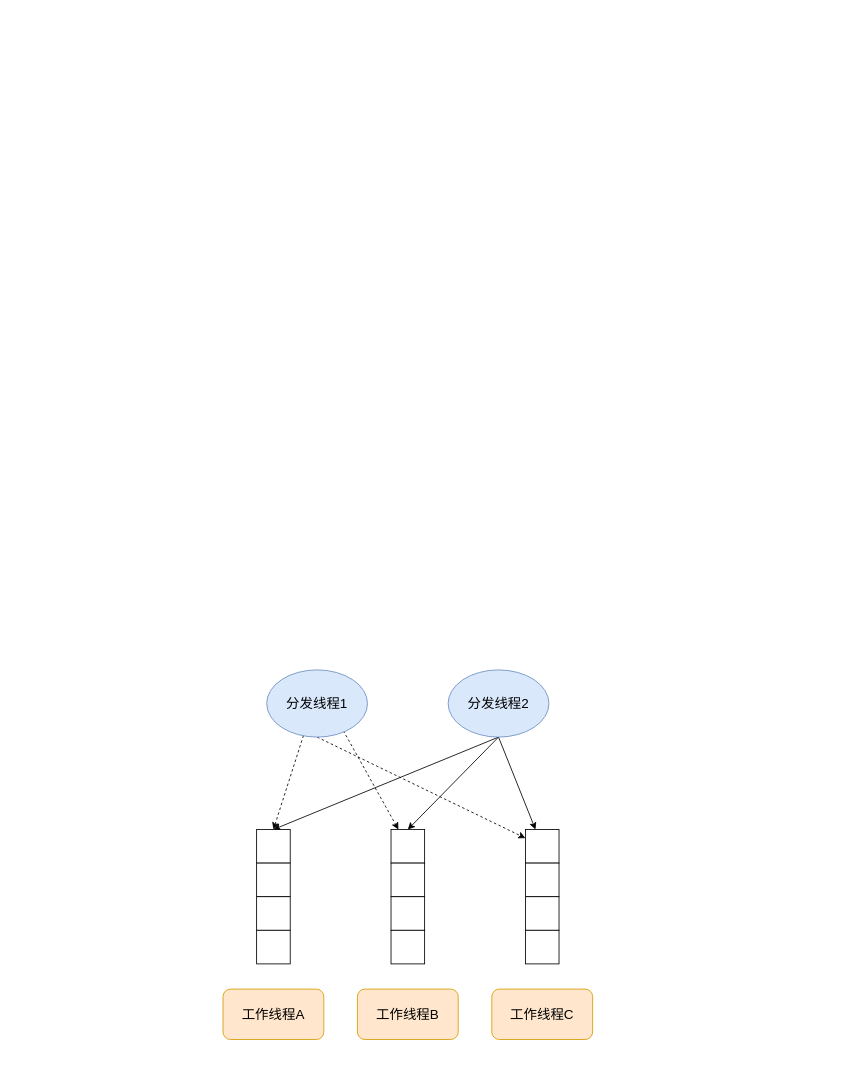
Above: 操作系统/心跳服务/高性能架构.drawio in xiaolincoder/ImageHost4 (draw.io), before the change. Source tidied: cells renumbered, new cells numbered last; positions are measured from the earlier drawing's top-left corner, leaving out a move shared by most shapes. Both pictures are drawn from the tidied source at 84%, with x=0, y=0 at pixel (223, 669).
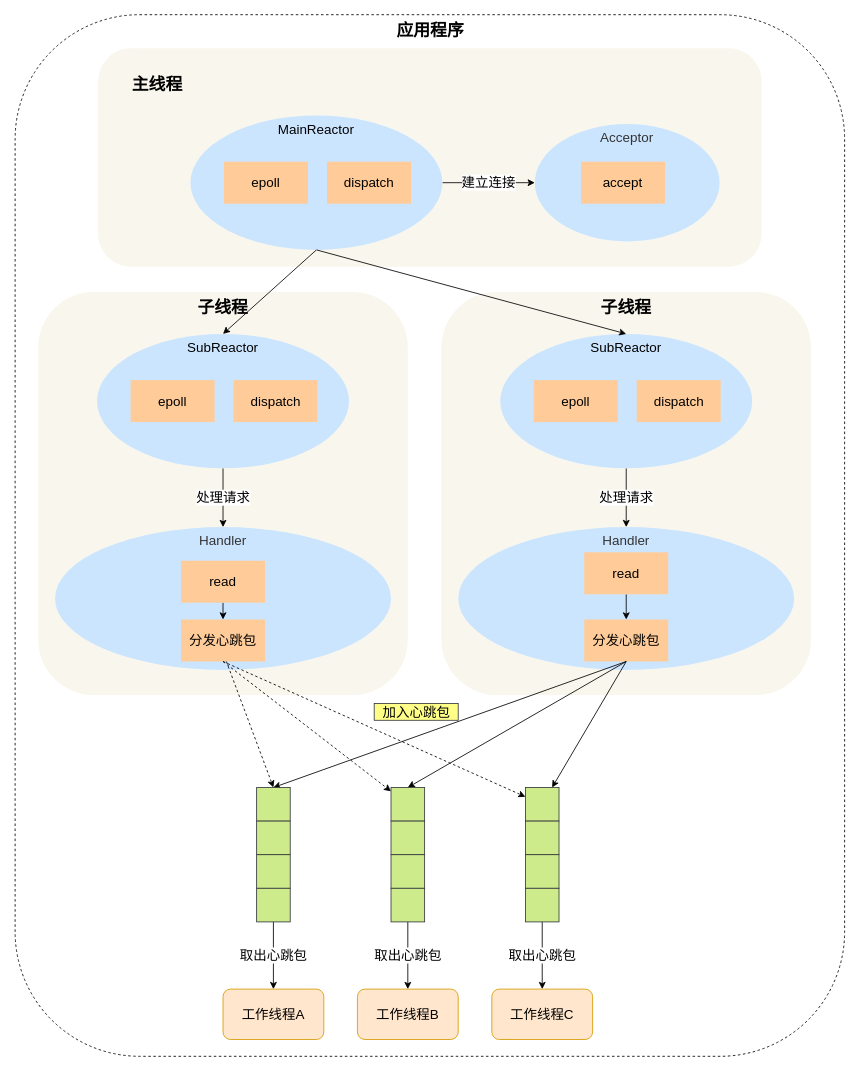
After the change.

Commit message (it also covers changes not shown here):
更新高性能架构.drawio

The change refers to these unchanged cells:
```xml
<mxCell id="10" value="工作线程A" style="rounded=1;whiteSpace=wrap;html=1;fontSize=16;fillColor=#ffe6cc;strokeColor=#d79b00;" parent="1" vertex="1">
  <mxGeometry y="380" width="120" height="60" as="geometry" />
</mxCell>
<mxCell id="11" value="工作线程B" style="rounded=1;whiteSpace=wrap;html=1;fontSize=16;fillColor=#ffe6cc;strokeColor=#d79b00;" parent="1" vertex="1">
  <mxGeometry x="160" y="380" width="120" height="60" as="geometry" />
</mxCell>
<mxCell id="12" value="工作线程C" style="rounded=1;whiteSpace=wrap;html=1;fontSize=16;fillColor=#ffe6cc;strokeColor=#d79b00;" parent="1" vertex="1">
  <mxGeometry x="320" y="380" width="120" height="60" as="geometry" />
</mxCell>
```

The edit, as a diff of the source:
```diff
@@
-    <mxCell id="2" style="rounded=0;jettySize=auto;html=1;entryX=0.5;entryY=0;entryDx=0;entryDy=0;dashed=1;" parent="1" edge="1" target="13">
-      <mxGeometry relative="1" as="geometry">
-        <mxPoint x="114" y="21" as="sourcePoint" />
-      </mxGeometry>
-    </mxCell>
-    <mxCell id="3" style="rounded=0;jettySize=auto;html=1;dashed=1;" parent="1" edge="1" target="17">
-      <mxGeometry relative="1" as="geometry">
-        <mxPoint x="114" y="20" as="sourcePoint" />
-      </mxGeometry>
-    </mxCell>
-    <mxCell id="4" style="rounded=0;jettySize=auto;html=1;exitX=0.5;exitY=1;exitDx=0;exitDy=0;dashed=1;" parent="1" edge="1" source="5" target="21">
-      <mxGeometry relative="1" as="geometry" />
-    </mxCell>
-    <mxCell id="5" value="分发线程1" style="ellipse;whiteSpace=wrap;html=1;fontSize=16;fillColor=#dae8fc;strokeColor=#6c8ebf;" parent="1" vertex="1">
-      <mxGeometry x="52" width="120" height="80" as="geometry" />
-    </mxCell>
-    <mxCell id="6" style="edgeStyle=none;rounded=0;jettySize=auto;html=1;entryX=0.5;entryY=0;entryDx=0;entryDy=0;exitX=0.5;exitY=1;exitDx=0;exitDy=0;" parent="1" edge="1" source="9" target="13">
-      <mxGeometry relative="1" as="geometry" />
-    </mxCell>
-    <mxCell id="7" style="edgeStyle=none;rounded=0;jettySize=auto;html=1;entryX=0.5;entryY=0;entryDx=0;entryDy=0;exitX=0.5;exitY=1;exitDx=0;exitDy=0;" parent="1" edge="1" source="9" target="17">
-      <mxGeometry relative="1" as="geometry" />
-    </mxCell>
-    <mxCell id="8" style="edgeStyle=none;rounded=0;jettySize=auto;html=1;exitX=0.5;exitY=1;exitDx=0;exitDy=0;" parent="1" edge="1" source="9" target="21">
-      <mxGeometry relative="1" as="geometry" />
-    </mxCell>
-    <mxCell id="9" value="分发线程2" style="ellipse;whiteSpace=wrap;html=1;fontSize=16;fillColor=#dae8fc;strokeColor=#6c8ebf;" parent="1" vertex="1">
-      <mxGeometry x="268" width="120" height="80" as="geometry" />
-    </mxCell>
+    <mxCell id="25" value="&lt;font style=&quot;font-size: 20px&quot;&gt;&lt;b&gt;应用程序&lt;/b&gt;&lt;/font&gt;" style="rounded=1;whiteSpace=wrap;html=1;labelBackgroundColor=none;fontSize=19;align=center;horizontal=1;verticalAlign=top;dashed=1;" parent="1" vertex="1">
+      <mxGeometry x="-247.5" y="-780" width="987.5" height="1240" as="geometry" />
+    </mxCell>
+    <mxCell id="26" value="&lt;span style=&quot;font-size: 20px&quot;&gt;&lt;b&gt;子线程&lt;/b&gt;&lt;/span&gt;" style="rounded=1;whiteSpace=wrap;html=1;fontSize=16;align=center;verticalAlign=top;fillColor=#f9f7ed;strokeColor=none;" parent="1" vertex="1">
+      <mxGeometry x="-220" y="-450" width="440" height="480" as="geometry" />
+    </mxCell>
+    <mxCell id="27" value="&lt;span style=&quot;font-size: 20px&quot;&gt;&lt;b&gt;&lt;br&gt;&amp;nbsp; &amp;nbsp; &amp;nbsp; &amp;nbsp;主线程&lt;/b&gt;&lt;/span&gt;" style="rounded=1;whiteSpace=wrap;html=1;fontSize=16;align=left;verticalAlign=top;fillColor=#f9f7ed;strokeColor=none;" parent="1" vertex="1">
+      <mxGeometry x="-148.8" y="-740" width="790" height="260" as="geometry" />
+    </mxCell>
+    <mxCell id="28" value="&lt;span style=&quot;color: rgb(51 , 51 , 51) ; font-family: &amp;#34;pingfang sc&amp;#34; , &amp;#34;lantinghei sc&amp;#34; , &amp;#34;microsoft yahei&amp;#34; , &amp;#34;hiragino sans gb&amp;#34; , &amp;#34;microsoft sans serif&amp;#34; , &amp;#34;wenquanyi micro hei&amp;#34; , &amp;#34;helvetica&amp;#34; , sans-serif&quot;&gt;Handler&lt;/span&gt;" style="ellipse;whiteSpace=wrap;html=1;verticalAlign=top;fontSize=16;fillColor=#cce5ff;labelBackgroundColor=none;strokeColor=none;" parent="1" vertex="1">
+      <mxGeometry x="-200" y="-170" width="400" height="170" as="geometry" />
+    </mxCell>
+    <mxCell id="29" value="建立连接" style="rounded=0;jettySize=auto;html=1;entryX=0;entryY=0.5;entryDx=0;entryDy=0;fontSize=16;exitX=1;exitY=0.5;exitDx=0;exitDy=0;" parent="1" edge="1" source="32" target="35">
+      <mxGeometry relative="1" as="geometry" />
+    </mxCell>
+    <mxCell id="30" value="处理请求" style="rounded=0;jettySize=auto;html=1;entryX=0.5;entryY=0;entryDx=0;entryDy=0;fontSize=16;" parent="1" edge="1" target="28">
+      <mxGeometry relative="1" as="geometry">
+        <mxPoint y="-240" as="sourcePoint" />
+      </mxGeometry>
+    </mxCell>
+    <mxCell id="31" style="rounded=0;jettySize=auto;html=1;entryX=0.5;entryY=0;entryDx=0;entryDy=0;exitX=0.5;exitY=1;exitDx=0;exitDy=0;" parent="1" edge="1" source="32" target="37">
+      <mxGeometry relative="1" as="geometry" />
+    </mxCell>
+    <mxCell id="32" value="&lt;span style=&quot;font-size: 16px ; font-family: &amp;#34;pingfang sc&amp;#34; , &amp;#34;lantinghei sc&amp;#34; , &amp;#34;microsoft yahei&amp;#34; , &amp;#34;hiragino sans gb&amp;#34; , &amp;#34;microsoft sans serif&amp;#34; , &amp;#34;wenquanyi micro hei&amp;#34; , &amp;#34;helvetica&amp;#34; , sans-serif&quot;&gt;MainReactor&lt;/span&gt;" style="ellipse;html=1;verticalAlign=top;fontSize=16;fillColor=#cce5ff;whiteSpace=wrap;labelBackgroundColor=none;strokeColor=none;" parent="1" vertex="1">
+      <mxGeometry x="-38.8" y="-660" width="300" height="160" as="geometry" />
+    </mxCell>
+    <mxCell id="33" value="epoll" style="rounded=0;whiteSpace=wrap;html=1;fontSize=16;fillColor=#ffcc99;strokeColor=none;" parent="1" vertex="1">
+      <mxGeometry x="1.2" y="-605" width="100" height="50" as="geometry" />
+    </mxCell>
+    <mxCell id="34" value="dispatch" style="rounded=0;whiteSpace=wrap;html=1;fontSize=16;fillColor=#ffcc99;strokeColor=none;" parent="1" vertex="1">
+      <mxGeometry x="123.8" y="-605" width="100" height="50" as="geometry" />
+    </mxCell>
+    <mxCell id="35" value="&lt;span style=&quot;color: rgb(51, 51, 51); font-family: &amp;quot;pingfang sc&amp;quot;, &amp;quot;lantinghei sc&amp;quot;, &amp;quot;microsoft yahei&amp;quot;, &amp;quot;hiragino sans gb&amp;quot;, &amp;quot;microsoft sans serif&amp;quot;, &amp;quot;wenquanyi micro hei&amp;quot;, helvetica, sans-serif;&quot;&gt;Acceptor&lt;/span&gt;" style="ellipse;whiteSpace=wrap;html=1;verticalAlign=top;fontSize=16;fillColor=#cce5ff;labelBackgroundColor=none;strokeColor=none;" parent="1" vertex="1">
+      <mxGeometry x="371.2" y="-650" width="220" height="140" as="geometry" />
+    </mxCell>
+    <mxCell id="36" value="accept" style="rounded=0;whiteSpace=wrap;html=1;fontSize=16;fillColor=#ffcc99;strokeColor=none;" parent="1" vertex="1">
+      <mxGeometry x="426.2" y="-605" width="100" height="50" as="geometry" />
+    </mxCell>
+    <mxCell id="37" value="&lt;span style=&quot;font-size: 16px ; font-family: &amp;#34;pingfang sc&amp;#34; , &amp;#34;lantinghei sc&amp;#34; , &amp;#34;microsoft yahei&amp;#34; , &amp;#34;hiragino sans gb&amp;#34; , &amp;#34;microsoft sans serif&amp;#34; , &amp;#34;wenquanyi micro hei&amp;#34; , &amp;#34;helvetica&amp;#34; , sans-serif&quot;&gt;SubReactor&lt;/span&gt;" style="ellipse;html=1;verticalAlign=top;fontSize=16;fillColor=#cce5ff;whiteSpace=wrap;labelBackgroundColor=none;strokeColor=none;" parent="1" vertex="1">
+      <mxGeometry x="-150" y="-400" width="300" height="160" as="geometry" />
+    </mxCell>
+    <mxCell id="38" value="epoll" style="rounded=0;whiteSpace=wrap;html=1;fontSize=16;fillColor=#ffcc99;strokeColor=none;" parent="1" vertex="1">
+      <mxGeometry x="-110" y="-345" width="100" height="50" as="geometry" />
+    </mxCell>
+    <mxCell id="39" value="dispatch" style="rounded=0;whiteSpace=wrap;html=1;fontSize=16;fillColor=#ffcc99;strokeColor=none;" parent="1" vertex="1">
+      <mxGeometry x="12.5" y="-345" width="100" height="50" as="geometry" />
+    </mxCell>
+    <mxCell id="40" value="&lt;span style=&quot;font-size: 20px&quot;&gt;&lt;b&gt;子线程&lt;/b&gt;&lt;/span&gt;" style="rounded=1;whiteSpace=wrap;html=1;fontSize=16;align=center;verticalAlign=top;fillColor=#f9f7ed;strokeColor=none;" parent="1" vertex="1">
+      <mxGeometry x="260" y="-450" width="440" height="480" as="geometry" />
+    </mxCell>
+    <mxCell id="41" value="&lt;span style=&quot;color: rgb(51 , 51 , 51) ; font-family: &amp;#34;pingfang sc&amp;#34; , &amp;#34;lantinghei sc&amp;#34; , &amp;#34;microsoft yahei&amp;#34; , &amp;#34;hiragino sans gb&amp;#34; , &amp;#34;microsoft sans serif&amp;#34; , &amp;#34;wenquanyi micro hei&amp;#34; , &amp;#34;helvetica&amp;#34; , sans-serif&quot;&gt;Handler&lt;/span&gt;" style="ellipse;whiteSpace=wrap;html=1;verticalAlign=top;fontSize=16;fillColor=#cce5ff;labelBackgroundColor=none;strokeColor=none;" parent="1" vertex="1">
+      <mxGeometry x="280" y="-170" width="400" height="170" as="geometry" />
+    </mxCell>
+    <mxCell id="42" value="处理请求" style="rounded=0;jettySize=auto;html=1;entryX=0.5;entryY=0;entryDx=0;entryDy=0;fontSize=16;" parent="1" edge="1" target="41">
+      <mxGeometry relative="1" as="geometry">
+        <mxPoint x="480" y="-240" as="sourcePoint" />
+      </mxGeometry>
+    </mxCell>
+    <mxCell id="43" style="edgeStyle=none;rounded=0;jettySize=auto;html=1;entryX=0.5;entryY=0;entryDx=0;entryDy=0;" parent="1" edge="1" source="44" target="48">
+      <mxGeometry relative="1" as="geometry" />
+    </mxCell>
+    <mxCell id="44" value="read" style="rounded=0;whiteSpace=wrap;html=1;fontSize=16;fillColor=#ffcc99;strokeColor=none;" parent="1" vertex="1">
+      <mxGeometry x="430" y="-140" width="100" height="50" as="geometry" />
+    </mxCell>
+    <mxCell id="45" value="&lt;span style=&quot;font-size: 16px ; font-family: &amp;#34;pingfang sc&amp;#34; , &amp;#34;lantinghei sc&amp;#34; , &amp;#34;microsoft yahei&amp;#34; , &amp;#34;hiragino sans gb&amp;#34; , &amp;#34;microsoft sans serif&amp;#34; , &amp;#34;wenquanyi micro hei&amp;#34; , &amp;#34;helvetica&amp;#34; , sans-serif&quot;&gt;SubReactor&lt;/span&gt;" style="ellipse;html=1;verticalAlign=top;fontSize=16;fillColor=#cce5ff;whiteSpace=wrap;labelBackgroundColor=none;strokeColor=none;" parent="1" vertex="1">
+      <mxGeometry x="330" y="-400" width="300" height="160" as="geometry" />
+    </mxCell>
+    <mxCell id="46" value="epoll" style="rounded=0;whiteSpace=wrap;html=1;fontSize=16;fillColor=#ffcc99;strokeColor=none;" parent="1" vertex="1">
+      <mxGeometry x="370" y="-345" width="100" height="50" as="geometry" />
+    </mxCell>
+    <mxCell id="47" value="dispatch" style="rounded=0;whiteSpace=wrap;html=1;fontSize=16;fillColor=#ffcc99;strokeColor=none;" parent="1" vertex="1">
+      <mxGeometry x="492.5" y="-345" width="100" height="50" as="geometry" />
+    </mxCell>
+    <mxCell id="48" value="分发心跳包" style="rounded=0;whiteSpace=wrap;html=1;fontSize=16;fillColor=#ffcc99;strokeColor=none;" parent="1" vertex="1">
+      <mxGeometry x="430" y="-60" width="100" height="50" as="geometry" />
+    </mxCell>
+    <mxCell id="49" style="rounded=0;jettySize=auto;html=1;entryX=0.5;entryY=0;entryDx=0;entryDy=0;exitX=0.5;exitY=1;exitDx=0;exitDy=0;" parent="1" edge="1" source="32" target="45">
+      <mxGeometry relative="1" as="geometry" />
+    </mxCell>
+    <mxCell id="50" style="edgeStyle=none;rounded=0;jettySize=auto;html=1;entryX=0.5;entryY=0;entryDx=0;entryDy=0;" parent="1" edge="1" source="51" target="52">
+      <mxGeometry relative="1" as="geometry" />
+    </mxCell>
+    <mxCell id="51" value="read" style="rounded=0;whiteSpace=wrap;html=1;fontSize=16;fillColor=#ffcc99;strokeColor=none;" parent="1" vertex="1">
+      <mxGeometry x="-50" y="-130" width="100" height="50" as="geometry" />
+    </mxCell>
+    <mxCell id="52" value="分发心跳包" style="rounded=0;whiteSpace=wrap;html=1;fontSize=16;fillColor=#ffcc99;strokeColor=none;" parent="1" vertex="1">
+      <mxGeometry x="-50" y="-60" width="100" height="50" as="geometry" />
+    </mxCell>
+    <mxCell id="53" style="rounded=0;jettySize=auto;html=1;dashed=1;fontSize=16;exitX=0.5;exitY=1;exitDx=0;exitDy=0;" parent="1" edge="1" source="52" target="63">
+      <mxGeometry relative="1" as="geometry" />
+    </mxCell>
+    <mxCell id="54" style="rounded=0;jettySize=auto;html=1;dashed=1;fontSize=16;" parent="1" edge="1" target="68">
+      <mxGeometry relative="1" as="geometry">
+        <mxPoint y="-10" as="sourcePoint" />
+      </mxGeometry>
+    </mxCell>
+    <mxCell id="55" style="edgeStyle=none;rounded=0;jettySize=auto;html=1;entryX=0.5;entryY=0;entryDx=0;entryDy=0;exitX=0.5;exitY=1;exitDx=0;exitDy=0;fontSize=16;" parent="1" edge="1" source="48" target="58">
+      <mxGeometry relative="1" as="geometry" />
+    </mxCell>
+    <mxCell id="56" style="edgeStyle=none;rounded=0;jettySize=auto;html=1;entryX=0.5;entryY=0;entryDx=0;entryDy=0;exitX=0.5;exitY=1;exitDx=0;exitDy=0;fontSize=16;" parent="1" edge="1" source="48" target="63">
+      <mxGeometry relative="1" as="geometry" />
+    </mxCell>
+    <mxCell id="57" style="edgeStyle=none;rounded=0;jettySize=auto;html=1;exitX=0.5;exitY=1;exitDx=0;exitDy=0;fontSize=16;" parent="1" edge="1" source="48" target="68">
+      <mxGeometry relative="1" as="geometry" />
+    </mxCell>
@@
-    <mxCell id="13" style="rounded=0;whiteSpace=wrap;html=1;" parent="1" vertex="1">
-      <mxGeometry x="40" y="190" width="40" height="40" as="geometry" />
-    </mxCell>
-    <mxCell id="14" style="rounded=0;whiteSpace=wrap;html=1;" parent="1" vertex="1">
-      <mxGeometry x="40" y="230" width="40" height="40" as="geometry" />
-    </mxCell>
-    <mxCell id="15" style="rounded=0;whiteSpace=wrap;html=1;" parent="1" vertex="1">
-      <mxGeometry x="40" y="270" width="40" height="40" as="geometry" />
-    </mxCell>
-    <mxCell id="16" style="rounded=0;whiteSpace=wrap;html=1;" parent="1" vertex="1">
-      <mxGeometry x="40" y="310" width="40" height="40" as="geometry" />
-    </mxCell>
-    <mxCell id="17" style="rounded=0;whiteSpace=wrap;html=1;" parent="1" vertex="1">
-      <mxGeometry x="200" y="190" width="40" height="40" as="geometry" />
-    </mxCell>
-    <mxCell id="18" style="rounded=0;whiteSpace=wrap;html=1;" parent="1" vertex="1">
-      <mxGeometry x="200" y="230" width="40" height="40" as="geometry" />
-    </mxCell>
-    <mxCell id="19" style="rounded=0;whiteSpace=wrap;html=1;" parent="1" vertex="1">
-      <mxGeometry x="200" y="270" width="40" height="40" as="geometry" />
-    </mxCell>
-    <mxCell id="20" style="rounded=0;whiteSpace=wrap;html=1;" parent="1" vertex="1">
-      <mxGeometry x="200" y="310" width="40" height="40" as="geometry" />
-    </mxCell>
-    <mxCell id="21" style="rounded=0;whiteSpace=wrap;html=1;" parent="1" vertex="1">
-      <mxGeometry x="360" y="190" width="40" height="40" as="geometry" />
-    </mxCell>
-    <mxCell id="22" style="rounded=0;whiteSpace=wrap;html=1;" parent="1" vertex="1">
-      <mxGeometry x="360" y="230" width="40" height="40" as="geometry" />
-    </mxCell>
-    <mxCell id="23" style="rounded=0;whiteSpace=wrap;html=1;" parent="1" vertex="1">
-      <mxGeometry x="360" y="270" width="40" height="40" as="geometry" />
-    </mxCell>
-    <mxCell id="24" style="rounded=0;whiteSpace=wrap;html=1;" parent="1" vertex="1">
-      <mxGeometry x="360" y="310" width="40" height="40" as="geometry" />
-    </mxCell>
+    <mxCell id="58" style="rounded=0;whiteSpace=wrap;html=1;fontSize=16;fillColor=#cdeb8b;strokeColor=#36393d;" parent="1" vertex="1">
+      <mxGeometry x="40" y="140" width="40" height="40" as="geometry" />
+    </mxCell>
+    <mxCell id="59" style="rounded=0;whiteSpace=wrap;html=1;fontSize=16;fillColor=#cdeb8b;strokeColor=#36393d;" parent="1" vertex="1">
+      <mxGeometry x="40" y="180" width="40" height="40" as="geometry" />
+    </mxCell>
+    <mxCell id="60" style="rounded=0;whiteSpace=wrap;html=1;fontSize=16;fillColor=#cdeb8b;strokeColor=#36393d;" parent="1" vertex="1">
+      <mxGeometry x="40" y="220" width="40" height="40" as="geometry" />
+    </mxCell>
+    <mxCell id="61" value="取出心跳包" style="edgeStyle=none;rounded=0;jettySize=auto;html=1;entryX=0.5;entryY=0;entryDx=0;entryDy=0;fontSize=16;exitX=0.5;exitY=1;exitDx=0;exitDy=0;" parent="1" edge="1" source="62" target="10">
+      <mxGeometry relative="1" as="geometry" />
+    </mxCell>
+    <mxCell id="62" style="rounded=0;whiteSpace=wrap;html=1;fontSize=16;fillColor=#cdeb8b;strokeColor=#36393d;" parent="1" vertex="1">
+      <mxGeometry x="40" y="260" width="40" height="40" as="geometry" />
+    </mxCell>
+    <mxCell id="63" style="rounded=0;whiteSpace=wrap;html=1;fontSize=16;fillColor=#cdeb8b;strokeColor=#36393d;" parent="1" vertex="1">
+      <mxGeometry x="200" y="140" width="40" height="40" as="geometry" />
+    </mxCell>
+    <mxCell id="64" style="rounded=0;whiteSpace=wrap;html=1;fontSize=16;fillColor=#cdeb8b;strokeColor=#36393d;" parent="1" vertex="1">
+      <mxGeometry x="200" y="180" width="40" height="40" as="geometry" />
+    </mxCell>
+    <mxCell id="65" style="rounded=0;whiteSpace=wrap;html=1;fontSize=16;fillColor=#cdeb8b;strokeColor=#36393d;" parent="1" vertex="1">
+      <mxGeometry x="200" y="220" width="40" height="40" as="geometry" />
+    </mxCell>
+    <mxCell id="66" value="取出心跳包" style="edgeStyle=none;rounded=0;jettySize=auto;html=1;entryX=0.5;entryY=0;entryDx=0;entryDy=0;fontSize=16;exitX=0.5;exitY=1;exitDx=0;exitDy=0;" parent="1" edge="1" source="67" target="11">
+      <mxGeometry relative="1" as="geometry" />
+    </mxCell>
+    <mxCell id="67" style="rounded=0;whiteSpace=wrap;html=1;fontSize=16;fillColor=#cdeb8b;strokeColor=#36393d;" parent="1" vertex="1">
+      <mxGeometry x="200" y="260" width="40" height="40" as="geometry" />
+    </mxCell>
+    <mxCell id="68" style="rounded=0;whiteSpace=wrap;html=1;fontSize=16;fillColor=#cdeb8b;strokeColor=#36393d;" parent="1" vertex="1">
+      <mxGeometry x="360" y="140" width="40" height="40" as="geometry" />
+    </mxCell>
+    <mxCell id="69" style="rounded=0;whiteSpace=wrap;html=1;fontSize=16;fillColor=#cdeb8b;strokeColor=#36393d;" parent="1" vertex="1">
+      <mxGeometry x="360" y="180" width="40" height="40" as="geometry" />
+    </mxCell>
+    <mxCell id="70" style="rounded=0;whiteSpace=wrap;html=1;fontSize=16;fillColor=#cdeb8b;strokeColor=#36393d;" parent="1" vertex="1">
+      <mxGeometry x="360" y="220" width="40" height="40" as="geometry" />
+    </mxCell>
+    <mxCell id="71" value="取出心跳包" style="edgeStyle=none;rounded=0;jettySize=auto;html=1;entryX=0.5;entryY=0;entryDx=0;entryDy=0;fontSize=16;exitX=0.5;exitY=1;exitDx=0;exitDy=0;" parent="1" edge="1" source="72" target="12">
+      <mxGeometry relative="1" as="geometry" />
+    </mxCell>
+    <mxCell id="72" style="rounded=0;whiteSpace=wrap;html=1;fontSize=16;fillColor=#cdeb8b;strokeColor=#36393d;" parent="1" vertex="1">
+      <mxGeometry x="360" y="260" width="40" height="40" as="geometry" />
+    </mxCell>
+    <mxCell id="73" value="加入心跳包" style="text;html=1;align=center;verticalAlign=middle;strokeColor=#36393d;fontSize=16;fillColor=#ffff88;" parent="1" vertex="1">
+      <mxGeometry x="180" y="40" width="100" height="20" as="geometry" />
+    </mxCell>
+    <mxCell id="74" style="rounded=0;jettySize=auto;html=1;entryX=0.5;entryY=0;entryDx=0;entryDy=0;dashed=1;fontSize=16;" parent="1" edge="1" target="58">
+      <mxGeometry relative="1" as="geometry">
+        <mxPoint x="4" y="-10" as="sourcePoint" />
+      </mxGeometry>
+    </mxCell>
```
